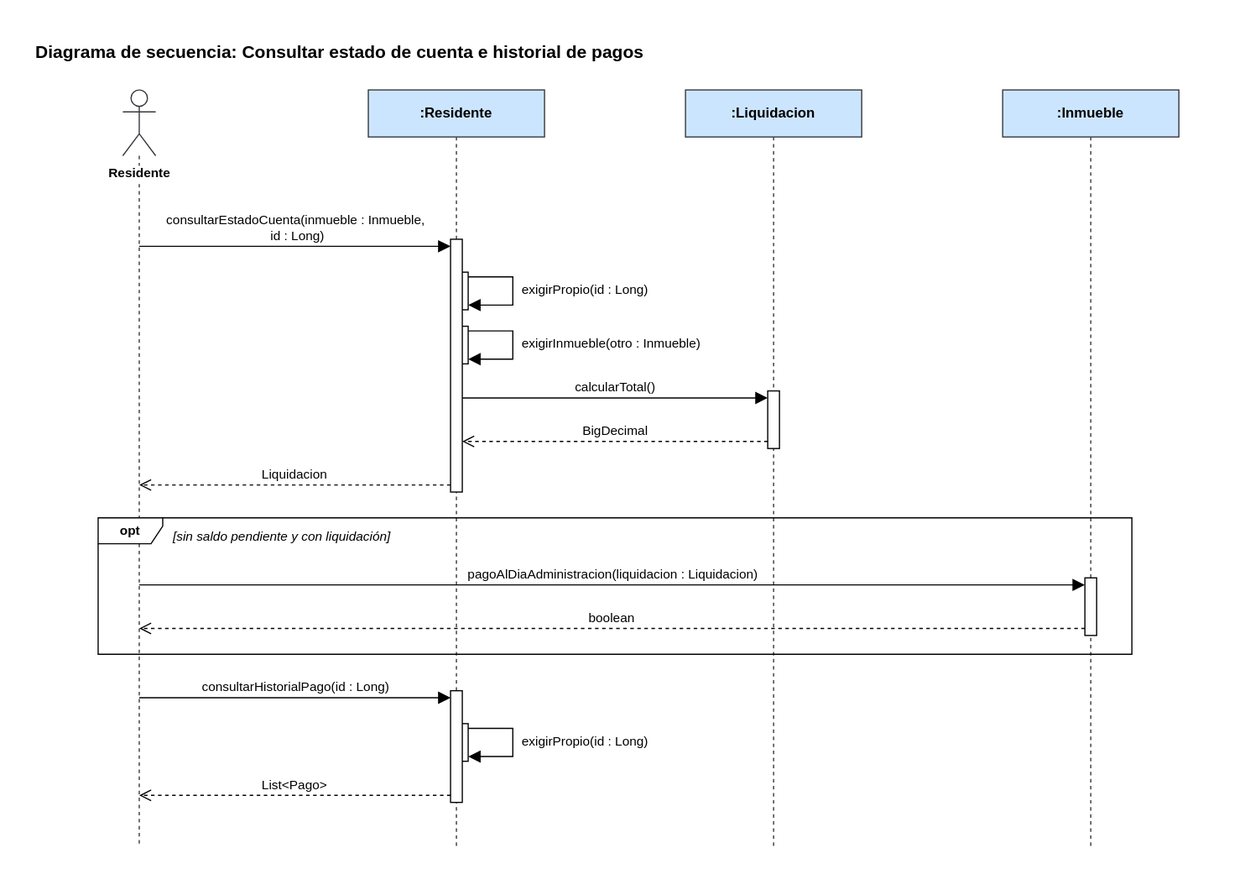
manuel20051208/HorizontalSoftware-Back-End keeps this draw.io diagram as Diagramas/Secuencia/consultar-estado-de-cuenta-e-historial-de-pagos.svg. Above is the earlier version. Source tidied: cells renumbered, new cells last; positions are measured from the earlier drawing's top-left corner, leaving out a move shared by most shapes.
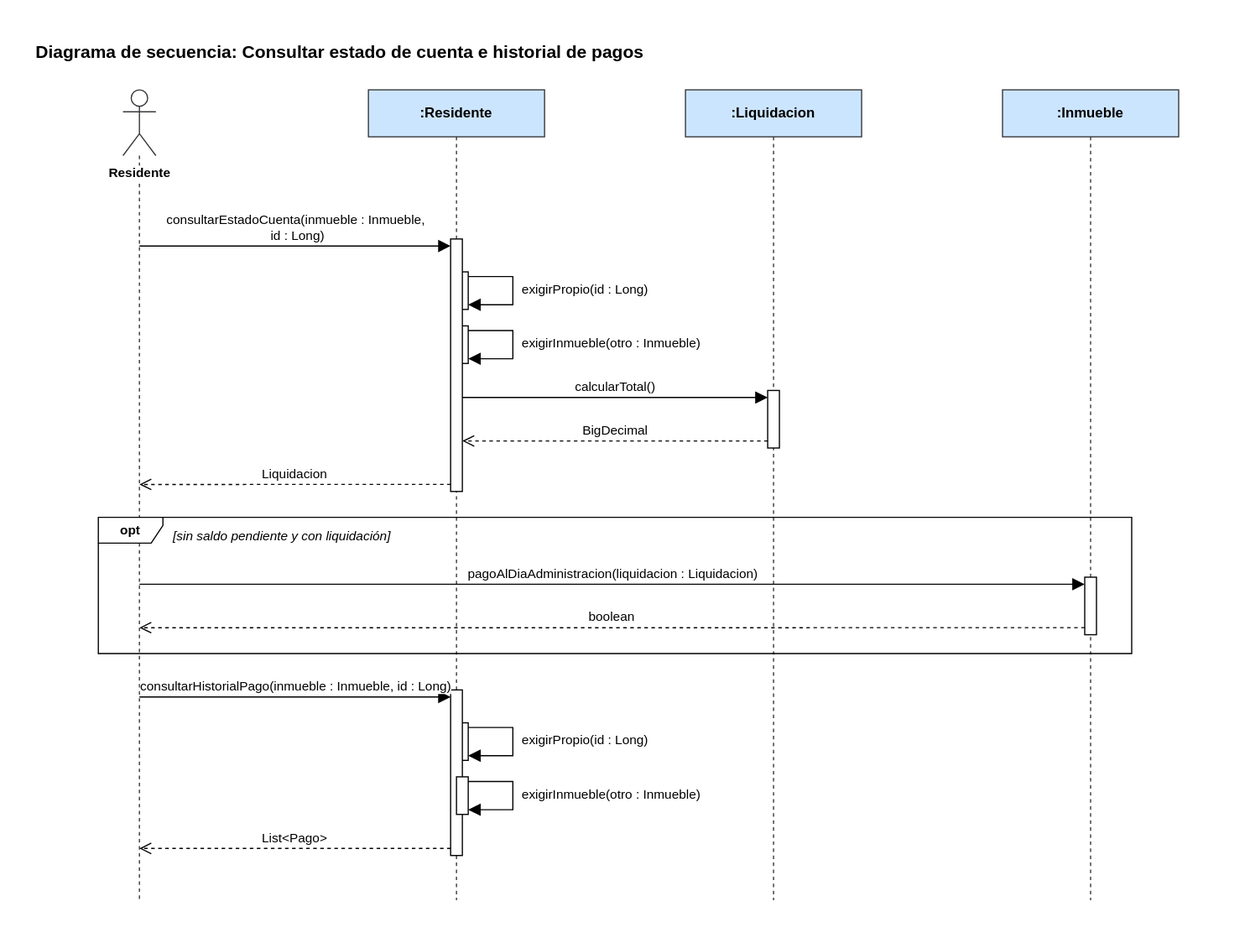
The same diagram one commit later.

Change to the diagram source:
```diff
@@ -6,16 +6,16 @@
       <mxGeometry width="1000" height="26" as="geometry" />
     </mxCell>
     <mxCell id="3" value="Residente" style="shape=umlLifeline;participant=umlActor;perimeter=lifelinePerimeter;whiteSpace=nowrap;html=1;outlineConnect=0;portConstraint=eastwest;size=56;verticalAlign=top;spacingTop=58;labelBackgroundColor=#ffffff;fontStyle=1;fontSize=11;fillColor=#ffffff;strokeColor=#36393d;" parent="1" vertex="1">
-      <mxGeometry x="76" y="48" width="28" height="644" as="geometry" />
+      <mxGeometry x="76" y="48" width="28" height="690" as="geometry" />
     </mxCell>
     <mxCell id="4" value=":Residente" style="shape=umlLifeline;perimeter=lifelinePerimeter;whiteSpace=wrap;html=1;fillColor=#cce5ff;strokeColor=#36393d;fontStyle=1;fontSize=12;" parent="1" vertex="1">
-      <mxGeometry x="285" y="48" width="150" height="644" as="geometry" />
+      <mxGeometry x="285" y="48" width="150" height="690" as="geometry" />
     </mxCell>
     <mxCell id="5" value=":Liquidacion" style="shape=umlLifeline;perimeter=lifelinePerimeter;whiteSpace=wrap;html=1;fillColor=#cce5ff;strokeColor=#36393d;fontStyle=1;fontSize=12;" parent="1" vertex="1">
-      <mxGeometry x="555" y="48" width="150" height="644" as="geometry" />
+      <mxGeometry x="555" y="48" width="150" height="690" as="geometry" />
     </mxCell>
     <mxCell id="6" value=":Inmueble" style="shape=umlLifeline;perimeter=lifelinePerimeter;whiteSpace=wrap;html=1;fillColor=#cce5ff;strokeColor=#36393d;fontStyle=1;fontSize=12;" parent="1" vertex="1">
-      <mxGeometry x="825" y="48" width="150" height="644" as="geometry" />
+      <mxGeometry x="825" y="48" width="150" height="690" as="geometry" />
     </mxCell>
     <mxCell id="7" style="html=1;points=[];perimeter=orthogonalPerimeter;fillColor=#ffffff;strokeColor=#000000;" parent="1" vertex="1">
       <mxGeometry x="360" y="203" width="10" height="32" as="geometry" />
@@ -36,9 +36,9 @@
       <mxGeometry x="360" y="587" width="10" height="32" as="geometry" />
     </mxCell>
     <mxCell id="13" style="html=1;points=[];perimeter=orthogonalPerimeter;fillColor=#ffffff;strokeColor=#000000;" parent="1" vertex="1">
-      <mxGeometry x="355" y="559" width="10" height="95" as="geometry" />
+      <mxGeometry x="355" y="559" width="10" height="141" as="geometry" />
     </mxCell>
-    <mxCell id="14" value="consultarEstadoCuenta(inmueble : Inmueble,&lt;div&gt;&amp;nbsp;id : Long)&lt;/div&gt;" style="html=1;verticalAlign=bottom;rounded=0;fontSize=11;strokeColor=#000000;endArrow=block;endFill=1;endSize=8;exitX=0.5000;exitY=0.2065;exitDx=0;exitDy=0;exitPerimeter=0;entryX=0.0000;entryY=0.0279;entryDx=0;entryDy=0;entryPerimeter=0;" parent="1" edge="1" source="3" target="10">
+    <mxCell id="14" value="consultarEstadoCuenta(inmueble : Inmueble,&lt;div&gt;&amp;nbsp;id : Long)&lt;/div&gt;" style="html=1;verticalAlign=bottom;rounded=0;fontSize=11;strokeColor=#000000;endArrow=block;endFill=1;endSize=8;exitX=0.5000;exitY=0.1928;exitDx=0;exitDy=0;exitPerimeter=0;entryX=0.0000;entryY=0.0279;entryDx=0;entryDy=0;entryPerimeter=0;" parent="1" edge="1" source="3" target="10">
       <mxGeometry relative="1" as="geometry" />
     </mxCell>
     <mxCell id="15" style="html=1;rounded=0;endArrow=block;endFill=1;endSize=8;strokeColor=#000000;exitX=1.0000;exitY=0.1250;exitDx=0;exitDy=0;exitPerimeter=0;entryX=1.0000;entryY=0.8750;entryDx=0;entryDy=0;entryPerimeter=0;" parent="1" edge="1" source="7" target="7">
@@ -63,16 +63,16 @@
     <mxCell id="18" value="BigDecimal" style="html=1;verticalAlign=bottom;rounded=0;fontSize=11;strokeColor=#000000;dashed=1;endArrow=open;endFill=0;endSize=8;exitX=0.0000;exitY=0.8776;exitDx=0;exitDy=0;exitPerimeter=0;entryX=1.0000;entryY=0.8000;entryDx=0;entryDy=0;entryPerimeter=0;" parent="1" edge="1" source="9" target="10">
       <mxGeometry relative="1" as="geometry" />
     </mxCell>
-    <mxCell id="19" value="Liquidacion" style="html=1;verticalAlign=bottom;rounded=0;fontSize=11;strokeColor=#000000;dashed=1;endArrow=open;endFill=0;endSize=8;exitX=0.0000;exitY=0.9721;exitDx=0;exitDy=0;exitPerimeter=0;entryX=0.5000;entryY=0.5217;entryDx=0;entryDy=0;entryPerimeter=0;" parent="1" edge="1" source="10" target="3">
+    <mxCell id="19" value="Liquidacion" style="html=1;verticalAlign=bottom;rounded=0;fontSize=11;strokeColor=#000000;dashed=1;endArrow=open;endFill=0;endSize=8;exitX=0.0000;exitY=0.9721;exitDx=0;exitDy=0;exitPerimeter=0;entryX=0.5000;entryY=0.4870;entryDx=0;entryDy=0;entryPerimeter=0;" parent="1" edge="1" source="10" target="3">
       <mxGeometry relative="1" as="geometry" />
     </mxCell>
-    <mxCell id="20" value="pagoAlDiaAdministracion(liquidacion : Liquidacion)" style="html=1;verticalAlign=bottom;rounded=0;fontSize=11;strokeColor=#000000;endArrow=block;endFill=1;endSize=8;exitX=0.5000;exitY=0.6537;exitDx=0;exitDy=0;exitPerimeter=0;entryX=0.0000;entryY=0.1224;entryDx=0;entryDy=0;entryPerimeter=0;" parent="1" edge="1" source="3" target="11">
+    <mxCell id="20" value="pagoAlDiaAdministracion(liquidacion : Liquidacion)" style="html=1;verticalAlign=bottom;rounded=0;fontSize=11;strokeColor=#000000;endArrow=block;endFill=1;endSize=8;exitX=0.5000;exitY=0.6101;exitDx=0;exitDy=0;exitPerimeter=0;entryX=0.0000;entryY=0.1224;entryDx=0;entryDy=0;entryPerimeter=0;" parent="1" edge="1" source="3" target="11">
       <mxGeometry relative="1" as="geometry" />
     </mxCell>
-    <mxCell id="21" value="boolean" style="html=1;verticalAlign=bottom;rounded=0;fontSize=11;strokeColor=#000000;dashed=1;endArrow=open;endFill=0;endSize=8;exitX=0.0000;exitY=0.8776;exitDx=0;exitDy=0;exitPerimeter=0;entryX=0.5000;entryY=0.7112;entryDx=0;entryDy=0;entryPerimeter=0;" parent="1" edge="1" source="11" target="3">
+    <mxCell id="21" value="boolean" style="html=1;verticalAlign=bottom;rounded=0;fontSize=11;strokeColor=#000000;dashed=1;endArrow=open;endFill=0;endSize=8;exitX=0.0000;exitY=0.8776;exitDx=0;exitDy=0;exitPerimeter=0;entryX=0.5000;entryY=0.6638;entryDx=0;entryDy=0;entryPerimeter=0;" parent="1" edge="1" source="11" target="3">
       <mxGeometry relative="1" as="geometry" />
     </mxCell>
-    <mxCell id="22" value="consultarHistorialPago(id : Long)" style="html=1;verticalAlign=bottom;rounded=0;fontSize=11;strokeColor=#000000;endArrow=block;endFill=1;endSize=8;exitX=0.5000;exitY=0.8028;exitDx=0;exitDy=0;exitPerimeter=0;entryX=0.0000;entryY=0.0632;entryDx=0;entryDy=0;entryPerimeter=0;" parent="1" edge="1" source="3" target="13">
+    <mxCell id="22" value="consultarHistorialPago(inmueble : Inmueble, id : Long)" style="html=1;verticalAlign=bottom;rounded=0;fontSize=11;strokeColor=#000000;endArrow=block;endFill=1;endSize=8;exitX=0.5000;exitY=0.7493;exitDx=0;exitDy=0;exitPerimeter=0;entryX=0.0000;entryY=0.0426;entryDx=0;entryDy=0;entryPerimeter=0;" parent="1" edge="1" source="3" target="13">
       <mxGeometry relative="1" as="geometry" />
     </mxCell>
     <mxCell id="23" style="html=1;rounded=0;endArrow=block;endFill=1;endSize=8;strokeColor=#000000;exitX=1.0000;exitY=0.1250;exitDx=0;exitDy=0;exitPerimeter=0;entryX=1.0000;entryY=0.8750;entryDx=0;entryDy=0;entryPerimeter=0;" parent="1" edge="1" source="12" target="12">
@@ -83,7 +83,7 @@
         </Array>
       </mxGeometry>
     </mxCell>
-    <mxCell id="24" value="List&amp;lt;Pago&amp;gt;" style="html=1;verticalAlign=bottom;rounded=0;fontSize=11;strokeColor=#000000;dashed=1;endArrow=open;endFill=0;endSize=8;exitX=0.0000;exitY=0.9368;exitDx=0;exitDy=0;exitPerimeter=0;entryX=0.5000;entryY=0.9317;entryDx=0;entryDy=0;entryPerimeter=0;" parent="1" edge="1" source="13" target="3">
+    <mxCell id="24" value="List&amp;lt;Pago&amp;gt;" style="html=1;verticalAlign=bottom;rounded=0;fontSize=11;strokeColor=#000000;dashed=1;endArrow=open;endFill=0;endSize=8;exitX=0.0000;exitY=0.9574;exitDx=0;exitDy=0;exitPerimeter=0;entryX=0.5000;entryY=0.9362;entryDx=0;entryDy=0;entryPerimeter=0;" parent="1" edge="1" source="13" target="3">
       <mxGeometry relative="1" as="geometry" />
     </mxCell>
     <mxCell id="25" value="exigirPropio(id : Long)" style="text;html=1;align=left;verticalAlign=top;whiteSpace=wrap;overflow=hidden;fontSize=11;" parent="1" vertex="1">
@@ -95,6 +95,20 @@
     <mxCell id="27" value="exigirPropio(id : Long)" style="text;html=1;align=left;verticalAlign=top;whiteSpace=wrap;overflow=hidden;fontSize=11;" parent="1" vertex="1">
       <mxGeometry x="414" y="589" width="185" height="28" as="geometry" />
     </mxCell>
+    <mxCell id="30" style="html=1;points=[];perimeter=orthogonalPerimeter;fillColor=#ffffff;strokeColor=#000000;" parent="1" vertex="1">
+      <mxGeometry x="360" y="633" width="10" height="32" as="geometry" />
+    </mxCell>
+    <mxCell id="31" style="html=1;rounded=0;endArrow=block;endFill=1;endSize=8;strokeColor=#000000;exitX=1.0000;exitY=0.1250;exitDx=0;exitDy=0;exitPerimeter=0;entryX=1.0000;entryY=0.8750;entryDx=0;entryDy=0;entryPerimeter=0;" parent="1" edge="1" source="30" target="30">
+      <mxGeometry relative="1" as="geometry">
+        <Array as="points">
+          <mxPoint x="408" y="637" />
+          <mxPoint x="408" y="661" />
+        </Array>
+      </mxGeometry>
+    </mxCell>
+    <mxCell id="32" value="exigirInmueble(otro : Inmueble)" style="text;html=1;align=left;verticalAlign=top;whiteSpace=wrap;overflow=hidden;fontSize=11;" parent="1" vertex="1">
+      <mxGeometry x="414" y="635" width="205" height="28" as="geometry" />
+    </mxCell>
     <mxCell id="28" value="opt" style="shape=umlFrame;whiteSpace=wrap;html=1;fontStyle=1;fontSize=11;width=55;height=22;fillColor=#ffffff;" parent="1" vertex="1">
       <mxGeometry x="55" y="412" width="880" height="116" as="geometry" />
     </mxCell>
```
